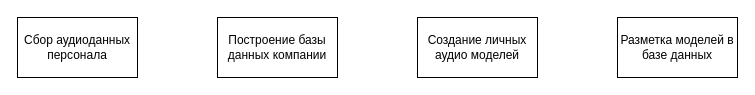
The draw.io diagram system-model.drawio in petrik33/BSU-Voice-Control-System, before the edit. Source tidied: cells renumbered, new cells numbered last; positions are measured from the earlier drawing's top-left corner, leaving out a move shared by most shapes. Both pictures are drawn from the tidied source at 100%, with x=0, y=0 at pixel (17, 17).
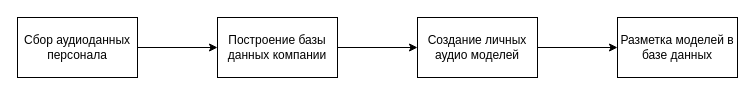
The same diagram, later.

Commit message:
Finish system model diagram

The edit, as a diff of the source:
```diff
@@
 <mxGraphModel>
   <root>
     <mxCell id="0" />
     <mxCell id="1" parent="0" />
+    <mxCell id="6" style="edgeStyle=orthogonalEdgeStyle;rounded=0;jettySize=auto;html=1;" parent="1" edge="1" source="2" target="4">
+      <mxGeometry relative="1" as="geometry" />
+    </mxCell>
     <mxCell id="2" value="Сбор аудиоданных персонала" style="rounded=0;whiteSpace=wrap;html=1;" parent="1" vertex="1">
       <mxGeometry width="120" height="60" as="geometry" />
     </mxCell>
+    <mxCell id="7" style="edgeStyle=orthogonalEdgeStyle;rounded=0;jettySize=auto;html=1;" parent="1" edge="1" source="3" target="5">
+      <mxGeometry relative="1" as="geometry" />
+    </mxCell>
     <mxCell id="3" value="Создание личных аудио моделей" style="rounded=0;whiteSpace=wrap;html=1;" parent="1" vertex="1">
       <mxGeometry x="400" width="120" height="60" as="geometry" />
     </mxCell>
+    <mxCell id="8" style="edgeStyle=orthogonalEdgeStyle;rounded=0;jettySize=auto;html=1;" parent="1" edge="1" source="4" target="3">
+      <mxGeometry relative="1" as="geometry" />
+    </mxCell>
     <mxCell id="4" value="Построение базы данных компании" style="rounded=0;whiteSpace=wrap;html=1;" parent="1" vertex="1">
       <mxGeometry x="200" width="120" height="60" as="geometry" />
     </mxCell>
     <mxCell id="5" value="Разметка моделей в базе данных" style="rounded=0;whiteSpace=wrap;html=1;" parent="1" vertex="1">
       <mxGeometry x="600" width="120" height="60" as="geometry" />
     </mxCell>
   </root>
 </mxGraphModel>
```
